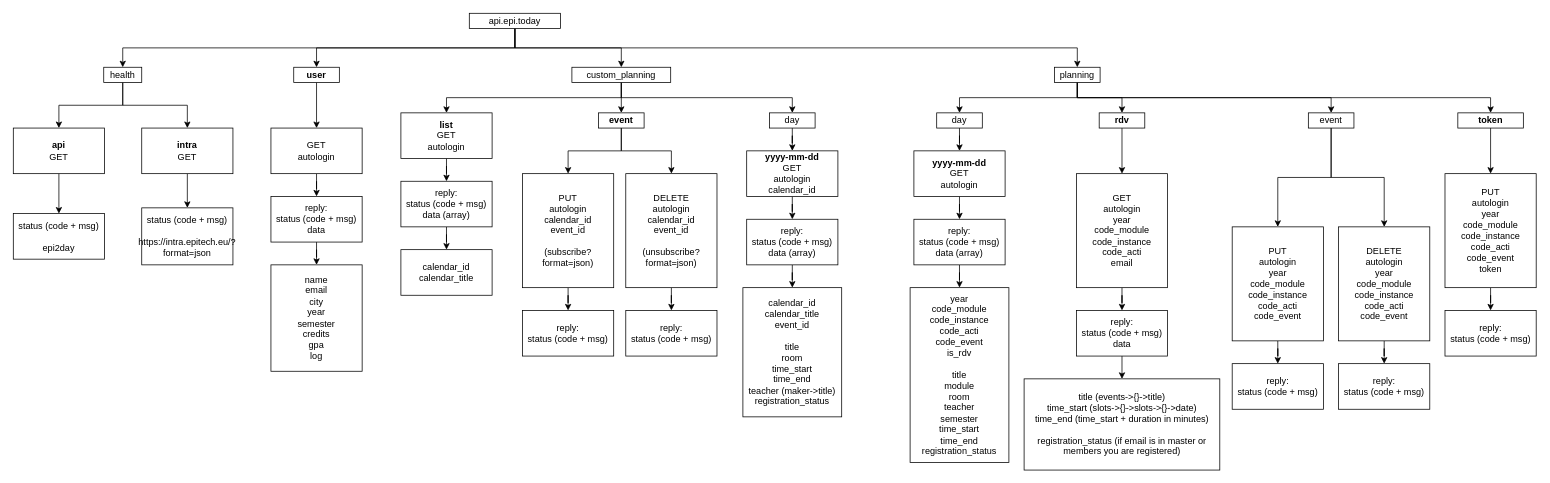
Above: api.epi.today.drawio in x4m3/api.epi.today (draw.io), before the change. Source tidied: cells renumbered, new cells numbered last; positions are measured from the earlier drawing's top-left corner, leaving out a move shared by most shapes. Both pictures are drawn from the tidied source at 76%, with x=0, y=0 at pixel (13, 13).
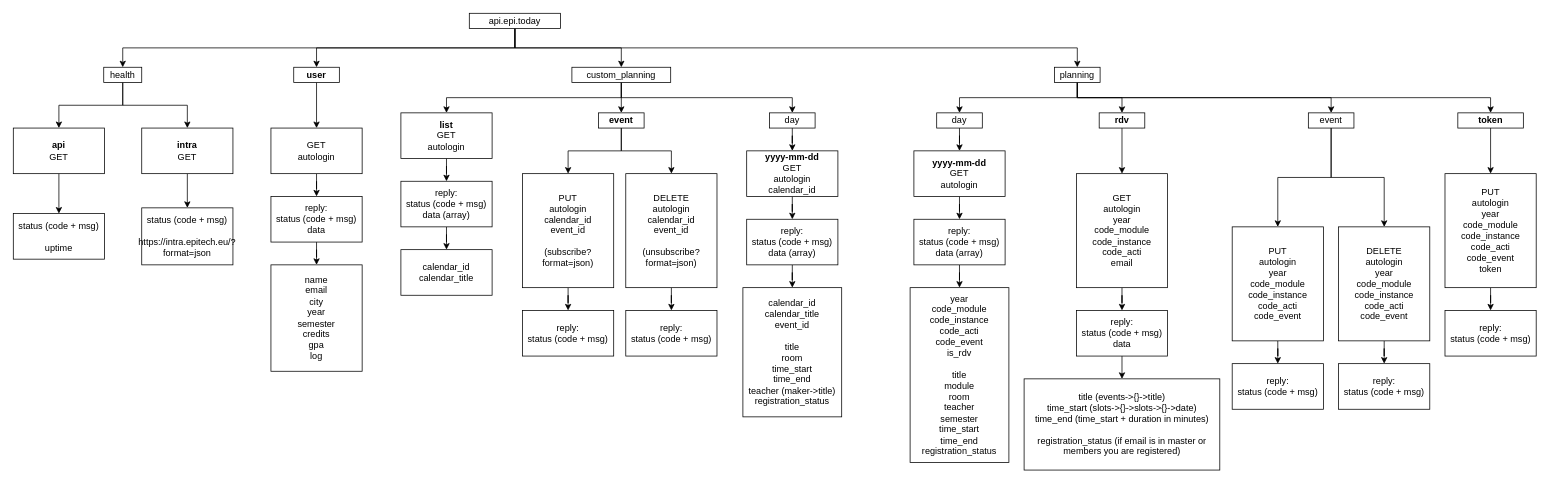
The same diagram, later.

Commit message (it also covers changes not shown here):
making api more restful (not doing everything with POST)

What changed in the source:
```diff
@@
-    <mxCell id="78" value="status (code + msg)&lt;br&gt;&lt;br&gt;epi2day" style="rounded=0;whiteSpace=wrap;html=1;" parent="1" vertex="1">
+    <mxCell id="78" value="status (code + msg)&lt;br&gt;&lt;br&gt;uptime" style="rounded=0;whiteSpace=wrap;html=1;" parent="1" vertex="1">
       <mxGeometry y="263.5" width="120" height="60" as="geometry" />
     </mxCell>
```
